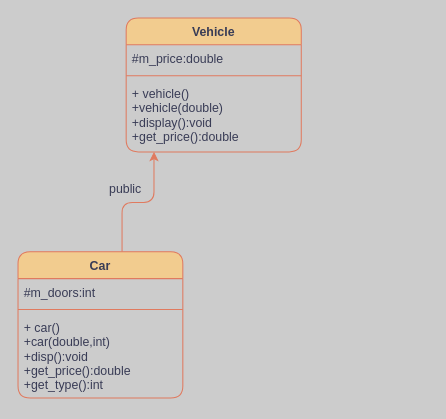
joachimsonigo/cppSession5-14March keeps this draw.io diagram as Session5cpp.drawio. Above is the earlier version. Source tidied: cells renumbered, new cells numbered last; positions are measured from the earlier drawing's top-left corner, leaving out a move shared by most shapes. Both pictures are drawn from the tidied source at 103%, with x=0, y=0 at pixel (18, 18).
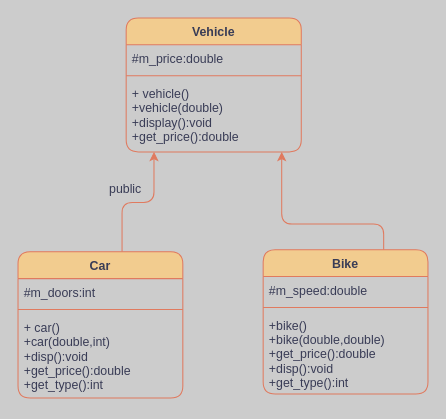
Above is the later version.

The change refers to these unchanged cells:
```xml
<mxCell id="5" value="+ vehicle()&#10;+vehicle(double)&#10;+display():void&#10;+get_price():double" style="text;strokeColor=none;fillColor=none;align=left;verticalAlign=top;spacingLeft=4;spacingRight=4;overflow=hidden;points=[[0,0.5],[1,0.5]];portConstraint=eastwest;rounded=1;labelBackgroundColor=none;fontColor=#393C56;" parent="2" vertex="1">
  <mxGeometry y="60" width="170" height="70" as="geometry" />
</mxCell>
```

Change to the diagram source:
```diff
@@
+    <mxCell id="12" style="edgeStyle=orthogonalEdgeStyle;rounded=1;jettySize=auto;html=1;strokeColor=#E07A5F;fontColor=#393C56;fillColor=#F2CC8F;" parent="1" edge="1" source="13" target="5">
+      <mxGeometry relative="1" as="geometry">
+        <Array as="points">
+          <mxPoint x="355" y="200" />
+          <mxPoint x="256" y="200" />
+        </Array>
+      </mxGeometry>
+    </mxCell>
+    <mxCell id="13" value="Bike" style="swimlane;fontStyle=1;align=center;verticalAlign=top;horizontal=1;startSize=26;rounded=1;strokeColor=#E07A5F;fontColor=#393C56;fillColor=#F2CC8F;" parent="1" vertex="1">
+      <mxGeometry x="238" y="225" width="160" height="140" as="geometry" />
+    </mxCell>
+    <mxCell id="14" value="#m_speed:double" style="text;strokeColor=none;fillColor=none;align=left;verticalAlign=top;spacingLeft=4;spacingRight=4;overflow=hidden;fontColor=#393C56;" parent="13" vertex="1">
+      <mxGeometry y="26" width="160" height="26" as="geometry" />
+    </mxCell>
+    <mxCell id="15" style="line;strokeWidth=1;fillColor=none;align=left;verticalAlign=middle;spacingTop=-1;spacingLeft=3;spacingRight=3;labelPosition=right;strokeColor=inherit;rounded=1;fontColor=#393C56;" parent="13" vertex="1">
+      <mxGeometry y="52" width="160" height="8" as="geometry" />
+    </mxCell>
+    <mxCell id="16" value="+bike()&#10;+bike(double,double)&#10;+get_price():double&#10;+disp():void&#10;+get_type():int" style="text;strokeColor=none;fillColor=none;align=left;verticalAlign=top;spacingLeft=4;spacingRight=4;overflow=hidden;fontColor=#393C56;" parent="13" vertex="1">
+      <mxGeometry y="60" width="160" height="80" as="geometry" />
+    </mxCell>
```
